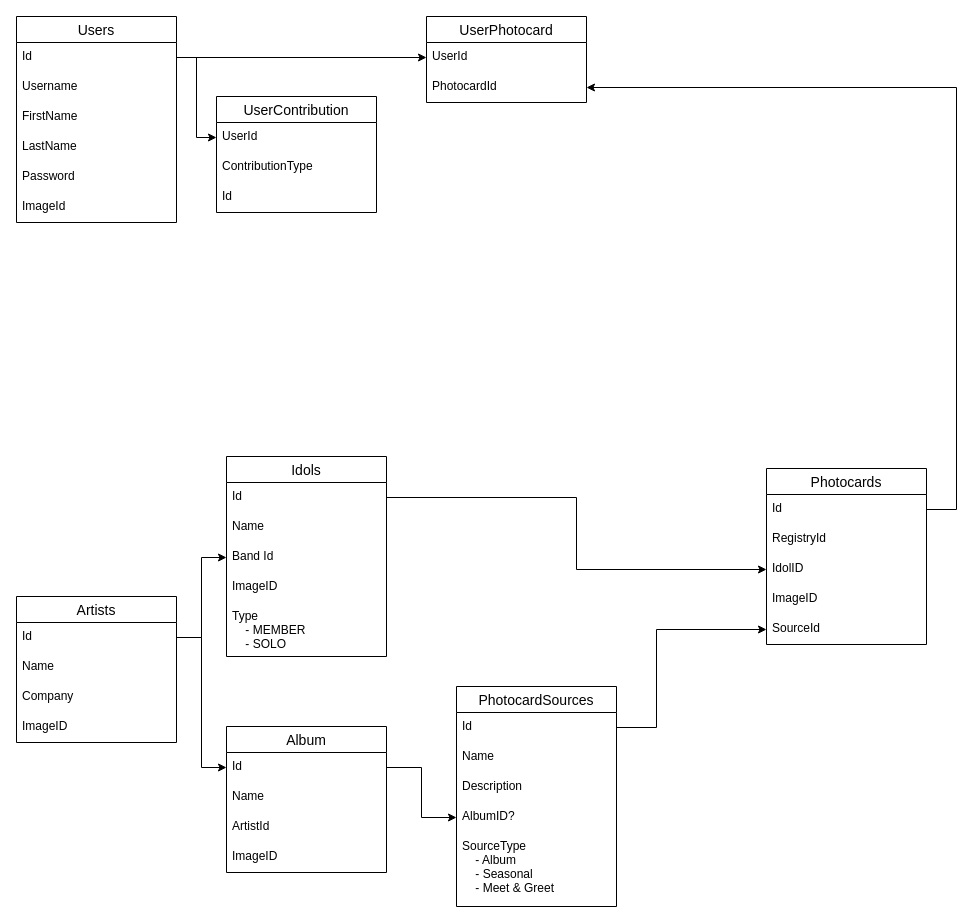
Before: docs/database-schema.drawio in joshuapeters/pcdb, a draw.io diagram. Source tidied: cells renumbered, new cells numbered last; positions are measured from the earlier drawing's top-left corner, leaving out a move shared by most shapes. Both pictures are drawn from the tidied source at 100%, with x=0, y=0 at pixel (16, 16).
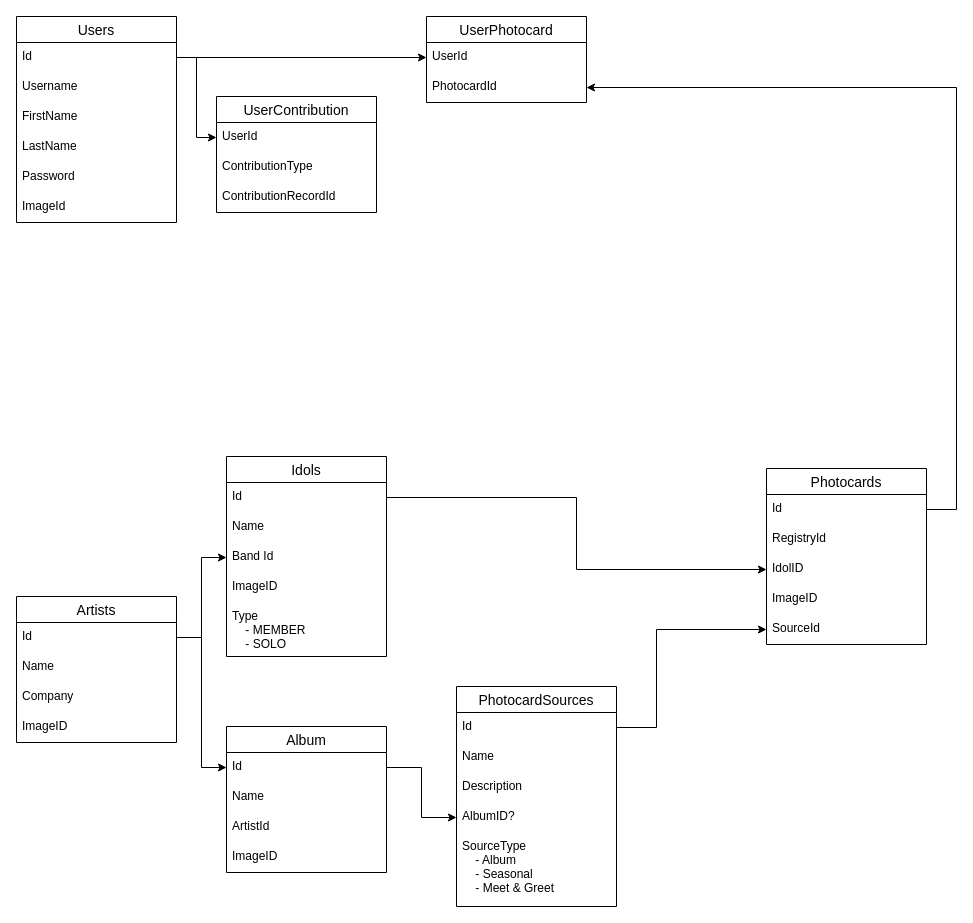
The same diagram, later.

Unchanged cells that the change refers to:
```xml
<mxCell id="32" value="UserContribution" style="swimlane;fontStyle=0;horizontal=1;startSize=26;align=center;fontSize=14;fillStyle=auto;fillColor=#FFFFFF;" parent="1" vertex="1">
  <mxGeometry x="200" y="80" width="160" height="116" as="geometry" />
</mxCell>
```

What changed in the source:
```diff
@@
-    <mxCell id="35" value="Id" style="text;strokeColor=none;fillColor=none;spacingLeft=4;spacingRight=4;overflow=hidden;fontSize=12;" parent="32" vertex="1">
+    <mxCell id="35" value="ContributionRecordId" style="text;strokeColor=none;fillColor=none;spacingLeft=4;spacingRight=4;overflow=hidden;fontSize=12;" parent="32" vertex="1">
       <mxGeometry y="86" width="160" height="30" as="geometry" />
     </mxCell>
```
